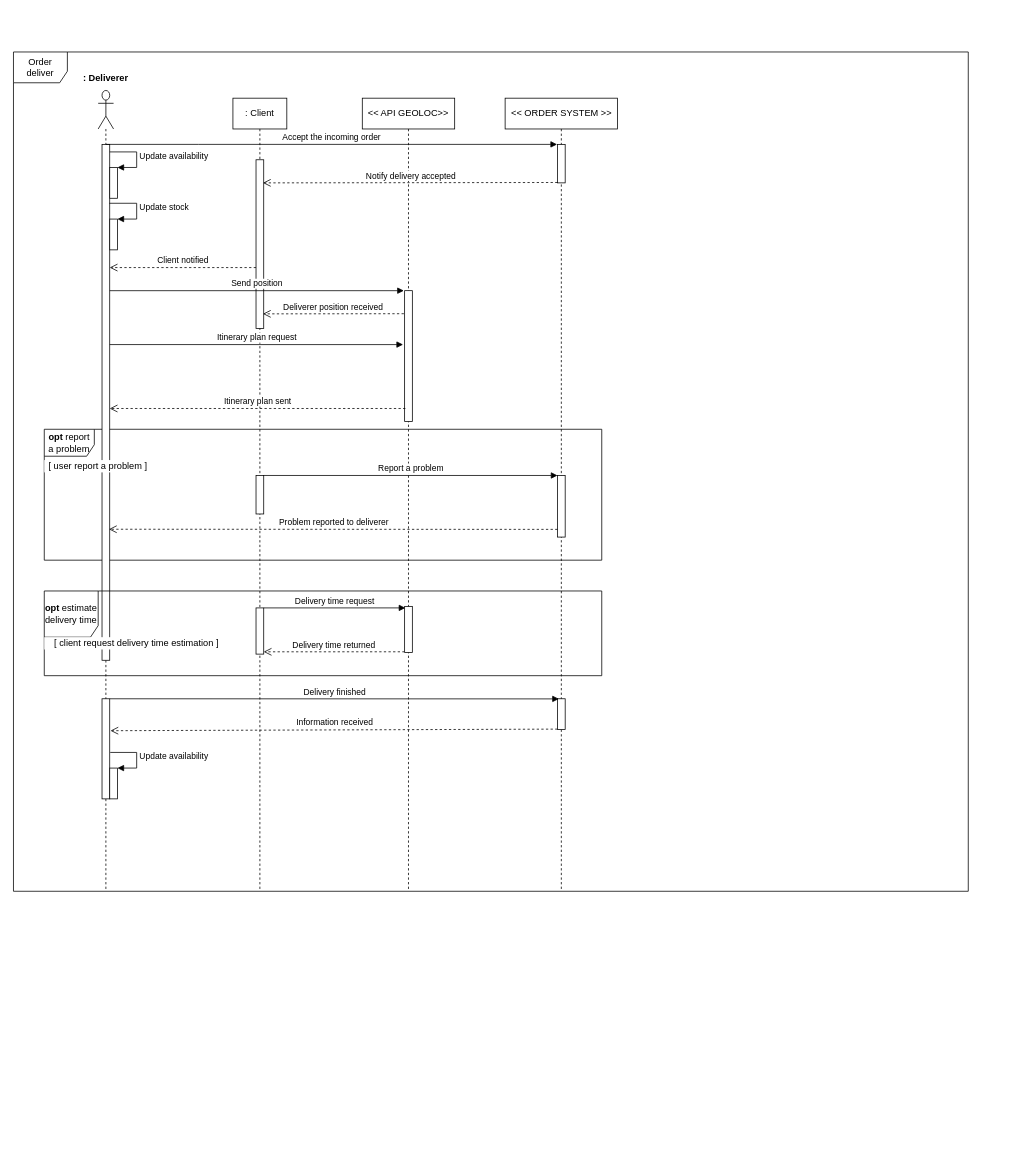
This is page "Livraison d'une commande" (3 of 3) of Diagrammes de séquence.drawio from klaxurit/JuncaHugo_4_10122021, a draw.io file, before an edit. Source tidied: cells renumbered, new cells numbered last; positions are measured from the earlier drawing's top-left corner, leaving out a move shared by most shapes. Both pictures are drawn from the tidied source at 77%, with x=0, y=0 at pixel (13, 52).
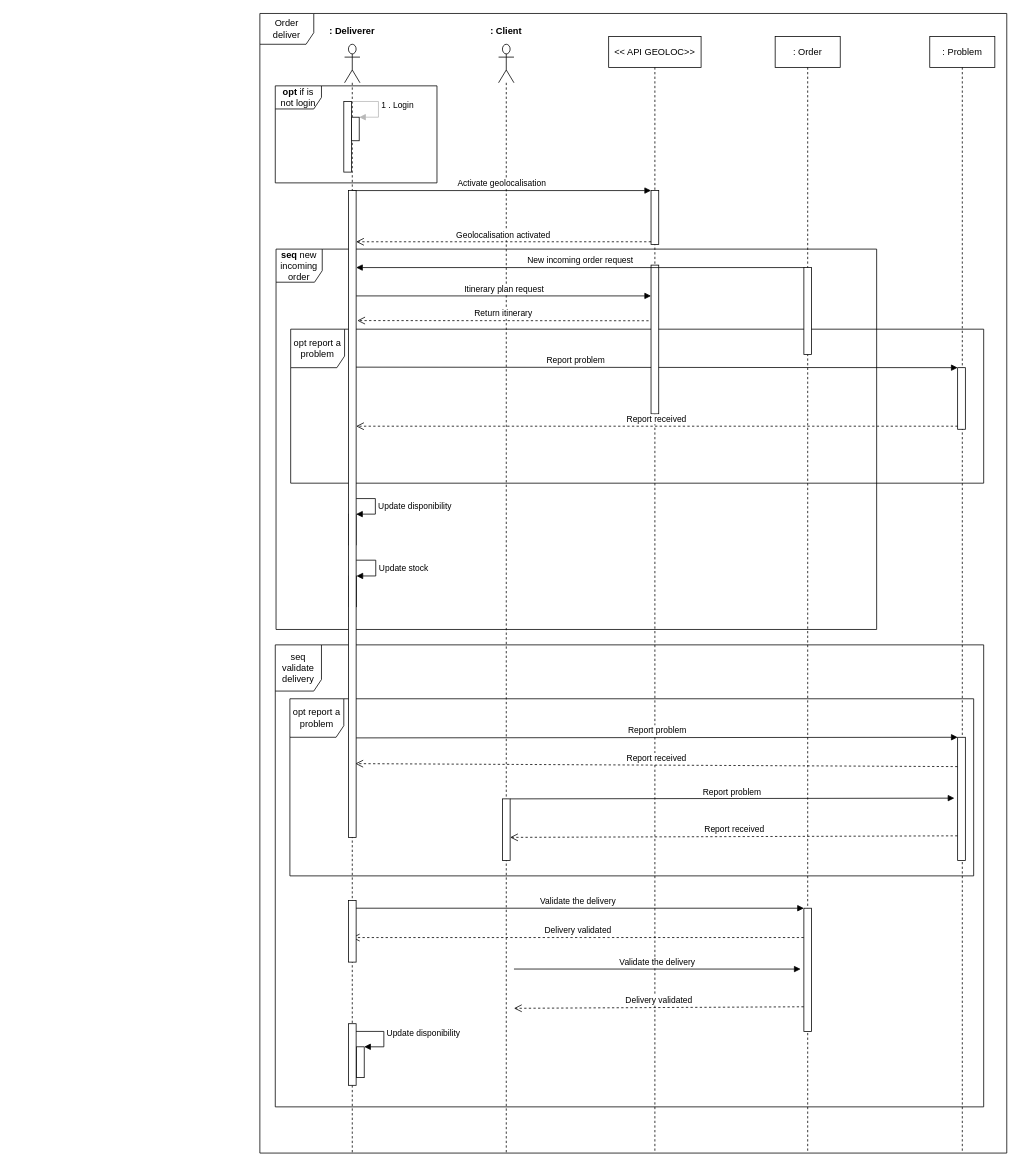
Above is the later version.

Diff of the diagram source:
```diff
@@
+    <mxCell id="41" style="shape=umlLifeline;participant=umlActor;perimeter=lifelinePerimeter;whiteSpace=wrap;html=1;verticalAlign=top;spacingTop=36;size=50;direction=west;horizontal=1;flipV=1;" parent="1" vertex="1">
+      <mxGeometry x="630" y="-10" width="20" height="1440" as="geometry" />
+    </mxCell>
     <mxCell id="2" value="Order deliver" style="shape=umlFrame;whiteSpace=wrap;html=1;fillColor=default;width=70;height=40;" parent="1" vertex="1">
-      <mxGeometry width="1240" height="1090" as="geometry" />
+      <mxGeometry x="320" y="-50" width="970" height="1480" as="geometry" />
     </mxCell>
-    <mxCell id="3" value="&lt;b&gt;opt&lt;/b&gt; report a problem" style="shape=umlFrame;whiteSpace=wrap;html=1;width=65;height=35;" parent="1" vertex="1">
-      <mxGeometry x="40" y="490" width="724" height="170" as="geometry" />
-    </mxCell>
+    <mxCell id="42" value="&lt;b&gt;seq&lt;/b&gt;&amp;nbsp;new incoming order" style="shape=umlFrame;whiteSpace=wrap;html=1;width=60;height=43;" parent="1" vertex="1">
+      <mxGeometry x="341" y="256" width="780" height="494" as="geometry" />
+    </mxCell>
+    <mxCell id="43" value="opt report a problem" style="shape=umlFrame;whiteSpace=wrap;html=1;width=70;height=50;" parent="1" vertex="1">
+      <mxGeometry x="360" y="360" width="900" height="200" as="geometry" />
+    </mxCell>
+    <mxCell id="44" value="Report problem" style="html=1;verticalAlign=bottom;endArrow=block;entryX=0;entryY=0;rounded=0;exitX=0.9;exitY=0.273;exitDx=0;exitDy=0;exitPerimeter=0;" parent="1" edge="1" source="5" target="58">
+      <mxGeometry x="-0.27" relative="1" as="geometry" />
+    </mxCell>
+    <mxCell id="45" value="seq validate delivery" style="shape=umlFrame;whiteSpace=wrap;html=1;width=60;height=60;" parent="1" vertex="1">
+      <mxGeometry x="340" y="770" width="920" height="600" as="geometry" />
+    </mxCell>
+    <mxCell id="46" value="opt report a problem" style="shape=umlFrame;whiteSpace=wrap;html=1;width=70;height=50;" parent="1" vertex="1">
+      <mxGeometry x="359" y="840" width="888" height="230" as="geometry" />
+    </mxCell>
     <mxCell id="4" style="shape=umlLifeline;participant=umlActor;perimeter=lifelinePerimeter;whiteSpace=wrap;html=1;verticalAlign=top;spacingTop=36;outlineConnect=0;size=50;direction=west;horizontal=1;flipV=1;" parent="1" vertex="1">
-      <mxGeometry x="110" y="50" width="20" height="1040" as="geometry" />
+      <mxGeometry x="430" y="-10" width="20" height="1440" as="geometry" />
     </mxCell>
-    <mxCell id="5" style="html=1;points=[];perimeter=orthogonalPerimeter;" parent="1" vertex="1">
-      <mxGeometry x="115" y="120" width="10" height="670" as="geometry" />
-    </mxCell>
-    <mxCell id="6" value=": Client" style="shape=umlLifeline;perimeter=lifelinePerimeter;whiteSpace=wrap;html=1;" parent="1" vertex="1">
-      <mxGeometry x="285" y="60" width="70" height="1030" as="geometry" />
-    </mxCell>
-    <mxCell id="7" style="html=1;points=[];perimeter=orthogonalPerimeter;" parent="6" vertex="1">
-      <mxGeometry x="30" y="80" width="10" height="219" as="geometry" />
-    </mxCell>
-    <mxCell id="8" value="Client notified" style="html=1;verticalAlign=bottom;endArrow=open;dashed=1;endSize=8;rounded=0;" parent="6" edge="1" source="7">
-      <mxGeometry relative="1" as="geometry">
-        <mxPoint x="-160" y="220" as="targetPoint" />
-      </mxGeometry>
-    </mxCell>
-    <mxCell id="9" style="html=1;perimeter=orthogonalPerimeter;fillColor=default;" parent="6" vertex="1">
-      <mxGeometry x="30" y="490" width="10" height="50" as="geometry" />
-    </mxCell>
     <mxCell id="10" value=": Deliverer" style="text;align=center;fontStyle=1;verticalAlign=middle;spacingLeft=3;spacingRight=3;strokeColor=none;" parent="1" vertex="1">
-      <mxGeometry x="80" y="20" width="80" height="26" as="geometry" />
+      <mxGeometry x="400" y="-41" width="80" height="26" as="geometry" />
     </mxCell>
     <mxCell id="11" value="&amp;lt;&amp;lt; API GEOLOC&amp;gt;&amp;gt;" style="shape=umlLifeline;perimeter=lifelinePerimeter;whiteSpace=wrap;html=1;" parent="1" vertex="1">
-      <mxGeometry x="453" y="60" width="120" height="1030" as="geometry" />
+      <mxGeometry x="773" y="-20" width="120" height="1450" as="geometry" />
     </mxCell>
-    <mxCell id="12" style="html=1;points=[];perimeter=orthogonalPerimeter;" parent="11" vertex="1">
-      <mxGeometry x="55" y="250" width="10" height="170" as="geometry" />
-    </mxCell>
-    <mxCell id="13" value="Accept the incoming order" style="html=1;verticalAlign=bottom;endArrow=block;rounded=0;exitX=0.5;exitY=0;exitDx=0;exitDy=0;exitPerimeter=0;entryX=-0.05;entryY=0;entryDx=0;entryDy=0;entryPerimeter=0;" parent="1" edge="1" source="5" target="33">
-      <mxGeometry relative="1" as="geometry">
-        <Array as="points">
-          <mxPoint x="240" y="120" />
-        </Array>
-      </mxGeometry>
-    </mxCell>
+    <mxCell id="47" style="html=1;points=[];perimeter=orthogonalPerimeter;" parent="11" vertex="1">
+      <mxGeometry x="55" y="200" width="10" height="70" as="geometry" />
+    </mxCell>
+    <mxCell id="48" style="html=1;points=[];perimeter=orthogonalPerimeter;" parent="11" vertex="1">
+      <mxGeometry x="55" y="296.8" width="10" height="193.2" as="geometry" />
+    </mxCell>
-    <mxCell id="14" value="&amp;lt;&amp;lt; ORDER SYSTEM &amp;gt;&amp;gt;" style="shape=umlLifeline;perimeter=lifelinePerimeter;whiteSpace=wrap;html=1;" parent="1" vertex="1">
-      <mxGeometry x="638.5" y="60" width="146" height="1030" as="geometry" />
+    <mxCell id="14" value=": Order" style="shape=umlLifeline;perimeter=lifelinePerimeter;whiteSpace=wrap;html=1;" parent="1" vertex="1">
+      <mxGeometry x="989.2" y="-20" width="84.5" height="1450" as="geometry" />
     </mxCell>
-    <mxCell id="15" value="Itinerary plan request" style="html=1;verticalAlign=bottom;endArrow=block;rounded=0;entryX=-0.2;entryY=0.412;entryDx=0;entryDy=0;entryPerimeter=0;" parent="1" edge="1" target="12">
+    <mxCell id="15" value="Itinerary plan request" style="html=1;verticalAlign=bottom;endArrow=block;rounded=0;" parent="1" edge="1" target="48">
       <mxGeometry relative="1" as="geometry">
-        <mxPoint x="125" y="380" as="sourcePoint" />
+        <mxPoint x="445" y="316.8" as="sourcePoint" />
       </mxGeometry>
     </mxCell>
-    <mxCell id="16" value="[ user report a problem ]" style="text;html=1;strokeColor=none;fillColor=default;align=center;verticalAlign=middle;whiteSpace=wrap;rounded=0;" parent="1" vertex="1">
-      <mxGeometry x="40" y="530" width="140" height="16" as="geometry" />
-    </mxCell>
     <mxCell id="17" style="html=1;points=[];perimeter=orthogonalPerimeter;" parent="1" vertex="1">
-      <mxGeometry x="125" y="150" width="10" height="40" as="geometry" />
+      <mxGeometry x="435" y="600.2" width="10" height="40" as="geometry" />
     </mxCell>
-    <mxCell id="18" value="Update availability" style="edgeStyle=orthogonalEdgeStyle;html=1;align=left;spacingLeft=2;endArrow=block;rounded=0;entryX=1;entryY=0;exitX=1;exitY=0.149;exitDx=0;exitDy=0;exitPerimeter=0;" parent="1" edge="1" target="17">
+    <mxCell id="18" value="Update disponibility" style="edgeStyle=orthogonalEdgeStyle;html=1;align=left;spacingLeft=2;endArrow=block;rounded=0;entryX=1;entryY=0;" parent="1" edge="1" target="17">
       <mxGeometry relative="1" as="geometry">
-        <mxPoint x="125" y="129.8" as="sourcePoint" />
+        <mxPoint x="445" y="580" as="sourcePoint" />
         <Array as="points">
-          <mxPoint x="160" y="130" />
-          <mxPoint x="160" y="150" />
+          <mxPoint x="470" y="580.2" />
+          <mxPoint x="470" y="600.2" />
         </Array>
       </mxGeometry>
     </mxCell>
     <mxCell id="19" style="html=1;points=[];perimeter=orthogonalPerimeter;" parent="1" vertex="1">
-      <mxGeometry x="125" y="217" width="10" height="40" as="geometry" />
+      <mxGeometry x="435.5" y="680.5" width="10" height="40" as="geometry" />
     </mxCell>
-    <mxCell id="20" value="Update stock" style="edgeStyle=orthogonalEdgeStyle;html=1;align=left;spacingLeft=2;endArrow=block;rounded=0;entryX=1;entryY=0;exitX=0.952;exitY=0.253;exitDx=0;exitDy=0;exitPerimeter=0;" parent="1" edge="1" target="19">
+    <mxCell id="20" value="Update stock" style="edgeStyle=orthogonalEdgeStyle;html=1;align=left;spacingLeft=2;endArrow=block;rounded=0;entryX=1;entryY=0;" parent="1" edge="1" target="19">
       <mxGeometry relative="1" as="geometry">
-        <mxPoint x="124.5" y="196.5" as="sourcePoint" />
+        <mxPoint x="445" y="660" as="sourcePoint" />
         <Array as="points">
-          <mxPoint x="160" y="197" />
-          <mxPoint x="160" y="217" />
+          <mxPoint x="470.5" y="660.5" />
+          <mxPoint x="470.5" y="680.5" />
         </Array>
       </mxGeometry>
     </mxCell>
-    <mxCell id="21" value="Deliverer position received" style="html=1;verticalAlign=bottom;endArrow=open;dashed=1;endSize=8;rounded=0;entryX=0.9;entryY=0.792;entryDx=0;entryDy=0;entryPerimeter=0;exitX=-0.1;exitY=0.176;exitDx=0;exitDy=0;exitPerimeter=0;" parent="1" edge="1" source="12">
-      <mxGeometry relative="1" as="geometry">
-        <mxPoint x="324" y="340.1" as="targetPoint" />
-      </mxGeometry>
-    </mxCell>
-    <mxCell id="22" value="Send position" style="html=1;verticalAlign=bottom;endArrow=block;entryX=-0.1;entryY=0;rounded=0;entryDx=0;entryDy=0;entryPerimeter=0;" parent="1" edge="1" source="5" target="12">
-      <mxGeometry relative="1" as="geometry" />
-    </mxCell>
-    <mxCell id="23" style="html=1;points=[];perimeter=orthogonalPerimeter;" parent="1" vertex="1">
-      <mxGeometry x="706.5" y="550" width="10" height="80" as="geometry" />
-    </mxCell>
-    <mxCell id="24" value="Itinerary plan sent" style="html=1;verticalAlign=bottom;endArrow=open;dashed=1;endSize=8;rounded=0;entryX=1.1;entryY=0.512;entryDx=0;entryDy=0;entryPerimeter=0;" parent="1" edge="1">
-      <mxGeometry relative="1" as="geometry">
-        <mxPoint x="509" y="463" as="sourcePoint" />
-        <mxPoint x="125" y="463" as="targetPoint" />
-      </mxGeometry>
-    </mxCell>
-    <mxCell id="25" value="Report a problem" style="html=1;verticalAlign=bottom;endArrow=block;rounded=0;" parent="1" edge="1" target="23">
-      <mxGeometry relative="1" as="geometry">
-        <mxPoint x="325" y="550" as="sourcePoint" />
-      </mxGeometry>
-    </mxCell>
-    <mxCell id="26" value="Problem reported to deliverer" style="html=1;verticalAlign=bottom;endArrow=open;dashed=1;endSize=8;rounded=0;entryX=0.9;entryY=0.746;entryDx=0;entryDy=0;entryPerimeter=0;" parent="1" edge="1" target="5">
-      <mxGeometry relative="1" as="geometry">
-        <mxPoint x="706.5" y="620" as="sourcePoint" />
-      </mxGeometry>
-    </mxCell>
-    <mxCell id="27" value="&lt;b&gt;opt&lt;/b&gt;&amp;nbsp;estimate delivery time" style="shape=umlFrame;whiteSpace=wrap;html=1;width=70;height=60;" parent="1" vertex="1">
-      <mxGeometry x="40" y="700" width="724" height="110" as="geometry" />
-    </mxCell>
-    <mxCell id="28" value="[ client request delivery time estimation ]" style="text;html=1;strokeColor=none;fillColor=default;align=center;verticalAlign=middle;whiteSpace=wrap;rounded=0;" parent="1" vertex="1">
-      <mxGeometry x="40" y="760" width="240" height="16" as="geometry" />
-    </mxCell>
-    <mxCell id="29" style="html=1;points=[];perimeter=orthogonalPerimeter;" parent="1" vertex="1">
-      <mxGeometry x="315" y="722" width="10" height="60" as="geometry" />
-    </mxCell>
-    <mxCell id="30" value="Delivery time request" style="html=1;verticalAlign=bottom;endArrow=block;entryX=0.1;entryY=0.033;rounded=0;exitX=1;exitY=0;exitDx=0;exitDy=0;entryDx=0;entryDy=0;entryPerimeter=0;" parent="1" edge="1" source="29" target="32">
-      <mxGeometry relative="1" as="geometry" />
-    </mxCell>
-    <mxCell id="31" value="Delivery time returned" style="html=1;verticalAlign=bottom;endArrow=open;dashed=1;endSize=8;exitX=0;exitY=0.983;rounded=0;entryX=1;entryY=0.95;entryDx=0;entryDy=0;exitDx=0;exitDy=0;exitPerimeter=0;" parent="1" edge="1" source="32" target="29">
-      <mxGeometry relative="1" as="geometry" />
-    </mxCell>
-    <mxCell id="32" style="html=1;points=[];perimeter=orthogonalPerimeter;" parent="1" vertex="1">
-      <mxGeometry x="508" y="720" width="10" height="60" as="geometry" />
-    </mxCell>
     <mxCell id="33" style="html=1;points=[];perimeter=orthogonalPerimeter;" parent="1" vertex="1">
-      <mxGeometry x="706.5" y="120" width="10" height="50" as="geometry" />
+      <mxGeometry x="1026.5" y="280" width="10" height="113" as="geometry" />
     </mxCell>
-    <mxCell id="34" value="Notify delivery accepted" style="html=1;verticalAlign=bottom;endArrow=open;dashed=1;endSize=8;rounded=0;entryX=0.9;entryY=0.137;entryDx=0;entryDy=0;entryPerimeter=0;" parent="1" edge="1" target="7">
-      <mxGeometry relative="1" as="geometry">
-        <mxPoint x="706.5" y="169.5" as="sourcePoint" />
-      </mxGeometry>
-    </mxCell>
-    <mxCell id="35" style="html=1;points=[];perimeter=orthogonalPerimeter;" parent="1" vertex="1">
-      <mxGeometry x="706.5" y="840" width="10" height="40" as="geometry" />
-    </mxCell>
-    <mxCell id="36" style="html=1;points=[];perimeter=orthogonalPerimeter;" parent="1" vertex="1">
-      <mxGeometry x="115" y="840" width="10" height="130" as="geometry" />
-    </mxCell>
-    <mxCell id="37" value="Delivery finished" style="html=1;verticalAlign=bottom;endArrow=block;rounded=0;entryX=0.185;entryY=0.004;entryDx=0;entryDy=0;entryPerimeter=0;" parent="1" edge="1" target="35">
-      <mxGeometry relative="1" as="geometry">
-        <mxPoint x="125" y="840" as="sourcePoint" />
-      </mxGeometry>
-    </mxCell>
-    <mxCell id="38" value="Information received" style="html=1;verticalAlign=bottom;endArrow=open;dashed=1;endSize=8;rounded=0;entryX=1.1;entryY=0.319;entryDx=0;entryDy=0;entryPerimeter=0;" parent="1" edge="1" target="36">
-      <mxGeometry relative="1" as="geometry">
-        <mxPoint x="706.5" y="879.4" as="sourcePoint" />
-      </mxGeometry>
-    </mxCell>
-    <mxCell id="39" style="html=1;points=[];perimeter=orthogonalPerimeter;" parent="1" vertex="1">
-      <mxGeometry x="125" y="930" width="10" height="40" as="geometry" />
-    </mxCell>
-    <mxCell id="40" value="Update availability" style="edgeStyle=orthogonalEdgeStyle;html=1;align=left;spacingLeft=2;endArrow=block;rounded=0;entryX=1;entryY=0;exitX=1.067;exitY=0.536;exitDx=0;exitDy=0;exitPerimeter=0;" parent="1" edge="1" source="36" target="39">
-      <mxGeometry relative="1" as="geometry">
-        <Array as="points">
-          <mxPoint x="160" y="910" />
-          <mxPoint x="160" y="930" />
-        </Array>
-      </mxGeometry>
-    </mxCell>
+    <mxCell id="49" value="&lt;b&gt;opt&lt;/b&gt; if is not login" style="shape=umlFrame;whiteSpace=wrap;html=1;width=60;height=30;" parent="1" vertex="1">
+      <mxGeometry x="340" y="44" width="210" height="126" as="geometry" />
+    </mxCell>
+    <mxCell id="50" style="html=1;perimeter=orthogonalPerimeter;" parent="1" vertex="1">
+      <mxGeometry x="439" y="84.7" width="10" height="30.6" as="geometry" />
+    </mxCell>
+    <mxCell id="51" value="1 . Login" style="edgeStyle=orthogonalEdgeStyle;html=1;align=left;spacingLeft=2;endArrow=block;rounded=0;entryX=1;entryY=0;strokeColor=#B8B8B8;exitX=1.02;exitY=0.023;exitDx=0;exitDy=0;exitPerimeter=0;" parent="1" edge="1">
+      <mxGeometry relative="1" as="geometry">
+        <mxPoint x="439.2" y="65.7" as="sourcePoint" />
+        <mxPoint x="449" y="84.7" as="targetPoint" />
+        <Array as="points">
+          <mxPoint x="439" y="64.3" />
+          <mxPoint x="474" y="64.3" />
+          <mxPoint x="474" y="84.7" />
+        </Array>
+      </mxGeometry>
+    </mxCell>
+    <mxCell id="52" style="html=1;perimeter=orthogonalPerimeter;" parent="1" vertex="1">
+      <mxGeometry x="429" y="64.2" width="10" height="91.8" as="geometry" />
+    </mxCell>
+    <mxCell id="53" value="Activate geolocalisation" style="html=1;verticalAlign=bottom;endArrow=block;entryX=0;entryY=0;rounded=0;" parent="1" edge="1" source="4" target="47">
+      <mxGeometry relative="1" as="geometry" />
+    </mxCell>
+    <mxCell id="54" value="Geolocalisation activated" style="html=1;verticalAlign=bottom;endArrow=open;dashed=1;endSize=8;exitX=0;exitY=0.95;rounded=0;" parent="1" edge="1" source="47" target="5">
+      <mxGeometry relative="1" as="geometry" />
+    </mxCell>
+    <mxCell id="55" value="New incoming order request" style="html=1;verticalAlign=bottom;endArrow=block;rounded=0;" parent="1" edge="1" target="5">
+      <mxGeometry relative="1" as="geometry">
+        <mxPoint x="1026.5" y="280" as="sourcePoint" />
+      </mxGeometry>
+    </mxCell>
+    <mxCell id="56" value="Return itinerary" style="html=1;verticalAlign=bottom;endArrow=open;dashed=1;endSize=8;rounded=0;entryX=1.15;entryY=0.201;entryDx=0;entryDy=0;entryPerimeter=0;exitX=-0.317;exitY=0.374;exitDx=0;exitDy=0;exitPerimeter=0;" parent="1" edge="1" source="48" target="5">
+      <mxGeometry relative="1" as="geometry" />
+    </mxCell>
+    <mxCell id="57" value=": Problem" style="shape=umlLifeline;perimeter=lifelinePerimeter;whiteSpace=wrap;html=1;" parent="1" vertex="1">
+      <mxGeometry x="1190" y="-20" width="84.5" height="1450" as="geometry" />
+    </mxCell>
+    <mxCell id="58" style="html=1;points=[];perimeter=orthogonalPerimeter;" parent="1" vertex="1">
+      <mxGeometry x="1226.2" y="410" width="10" height="80" as="geometry" />
+    </mxCell>
+    <mxCell id="59" value="Report received" style="html=1;verticalAlign=bottom;endArrow=open;dashed=1;endSize=8;exitX=0;exitY=0.95;rounded=0;" parent="1" edge="1" source="58" target="5">
+      <mxGeometry relative="1" as="geometry" />
+    </mxCell>
+    <mxCell id="60" style="html=1;points=[];perimeter=orthogonalPerimeter;" parent="1" vertex="1">
+      <mxGeometry x="1226.2" y="890" width="10" height="160" as="geometry" />
+    </mxCell>
+    <mxCell id="61" value="Report problem" style="html=1;verticalAlign=bottom;endArrow=block;entryX=0;entryY=0;rounded=0;exitX=1;exitY=0.336;exitDx=0;exitDy=0;exitPerimeter=0;" parent="1" edge="1" target="60">
+      <mxGeometry relative="1" as="geometry">
+        <mxPoint x="445" y="890.8" as="sourcePoint" />
+      </mxGeometry>
+    </mxCell>
+    <mxCell id="62" value="Report received" style="html=1;verticalAlign=bottom;endArrow=open;dashed=1;endSize=8;exitX=-0.024;exitY=0.238;rounded=0;exitDx=0;exitDy=0;exitPerimeter=0;entryX=0.9;entryY=0.886;entryDx=0;entryDy=0;entryPerimeter=0;" parent="1" edge="1" source="60" target="5">
+      <mxGeometry relative="1" as="geometry" />
+    </mxCell>
+    <mxCell id="63" style="html=1;perimeter=orthogonalPerimeter;" parent="1" vertex="1">
+      <mxGeometry x="635" y="970" width="10" height="80" as="geometry" />
+    </mxCell>
+    <mxCell id="64" value="Report problem" style="html=1;verticalAlign=bottom;endArrow=block;rounded=0;entryX=-0.424;entryY=0.494;entryDx=0;entryDy=0;entryPerimeter=0;" parent="1" edge="1" target="60">
+      <mxGeometry relative="1" as="geometry">
+        <mxPoint x="645" y="970" as="sourcePoint" />
+      </mxGeometry>
+    </mxCell>
+    <mxCell id="65" value="Report received" style="html=1;verticalAlign=bottom;endArrow=open;dashed=1;endSize=8;rounded=0;exitX=-0.024;exitY=0.8;exitDx=0;exitDy=0;exitPerimeter=0;" parent="1" edge="1" source="60">
+      <mxGeometry relative="1" as="geometry">
+        <mxPoint x="645" y="1020" as="targetPoint" />
+      </mxGeometry>
+    </mxCell>
+    <mxCell id="66" style="html=1;points=[];perimeter=orthogonalPerimeter;" parent="1" vertex="1">
+      <mxGeometry x="1026.5" y="1112" width="10" height="160" as="geometry" />
+    </mxCell>
+    <mxCell id="67" value="Validate the delivery" style="html=1;verticalAlign=bottom;endArrow=block;entryX=0;entryY=0;rounded=0;" parent="1" edge="1" target="66">
+      <mxGeometry relative="1" as="geometry">
+        <mxPoint x="440" y="1112" as="sourcePoint" />
+      </mxGeometry>
+    </mxCell>
+    <mxCell id="68" value="Delivery validated" style="html=1;verticalAlign=bottom;endArrow=open;dashed=1;endSize=8;exitX=-0.024;exitY=0.238;rounded=0;exitDx=0;exitDy=0;exitPerimeter=0;" parent="1" edge="1" source="66">
+      <mxGeometry relative="1" as="geometry">
+        <mxPoint x="439.5" y="1150.1" as="targetPoint" />
+      </mxGeometry>
+    </mxCell>
+    <mxCell id="69" value="Validate the delivery" style="html=1;verticalAlign=bottom;endArrow=block;rounded=0;entryX=-0.424;entryY=0.494;entryDx=0;entryDy=0;entryPerimeter=0;" parent="1" edge="1" target="66">
+      <mxGeometry relative="1" as="geometry">
+        <mxPoint x="650" y="1191" as="sourcePoint" />
+      </mxGeometry>
+    </mxCell>
+    <mxCell id="70" value="Delivery validated" style="html=1;verticalAlign=bottom;endArrow=open;dashed=1;endSize=8;rounded=0;exitX=-0.024;exitY=0.8;exitDx=0;exitDy=0;exitPerimeter=0;" parent="1" edge="1" source="66">
+      <mxGeometry relative="1" as="geometry">
+        <mxPoint x="650" y="1242" as="targetPoint" />
+      </mxGeometry>
+    </mxCell>
+    <mxCell id="71" style="html=1;perimeter=orthogonalPerimeter;" parent="1" vertex="1">
+      <mxGeometry x="435" y="1102" width="10" height="80" as="geometry" />
+    </mxCell>
+    <mxCell id="72" style="html=1;points=[];perimeter=orthogonalPerimeter;" parent="1" vertex="1">
+      <mxGeometry x="445.5" y="1292" width="10" height="40" as="geometry" />
+    </mxCell>
+    <mxCell id="73" value="Update disponibility" style="edgeStyle=orthogonalEdgeStyle;html=1;align=left;spacingLeft=2;endArrow=block;rounded=0;entryX=1;entryY=0;exitX=0.5;exitY=0.125;exitDx=0;exitDy=0;exitPerimeter=0;" parent="1" edge="1" source="74" target="72">
+      <mxGeometry relative="1" as="geometry">
+        <Array as="points">
+          <mxPoint x="481" y="1272" />
+          <mxPoint x="481" y="1292" />
+        </Array>
+      </mxGeometry>
+    </mxCell>
+    <mxCell id="74" style="html=1;points=[];perimeter=orthogonalPerimeter;" parent="1" vertex="1">
+      <mxGeometry x="435" y="1262" width="10" height="80" as="geometry" />
+    </mxCell>
+    <mxCell id="5" style="html=1;points=[];perimeter=orthogonalPerimeter;" parent="1" vertex="1">
+      <mxGeometry x="435" y="180" width="10" height="840" as="geometry" />
+    </mxCell>
+    <mxCell id="6" value=": Client" style="text;align=center;fontStyle=1;verticalAlign=middle;spacingLeft=3;spacingRight=3;strokeColor=none;" parent="1" vertex="1">
+      <mxGeometry x="600" y="-41" width="80" height="26" as="geometry" />
+    </mxCell>
```
